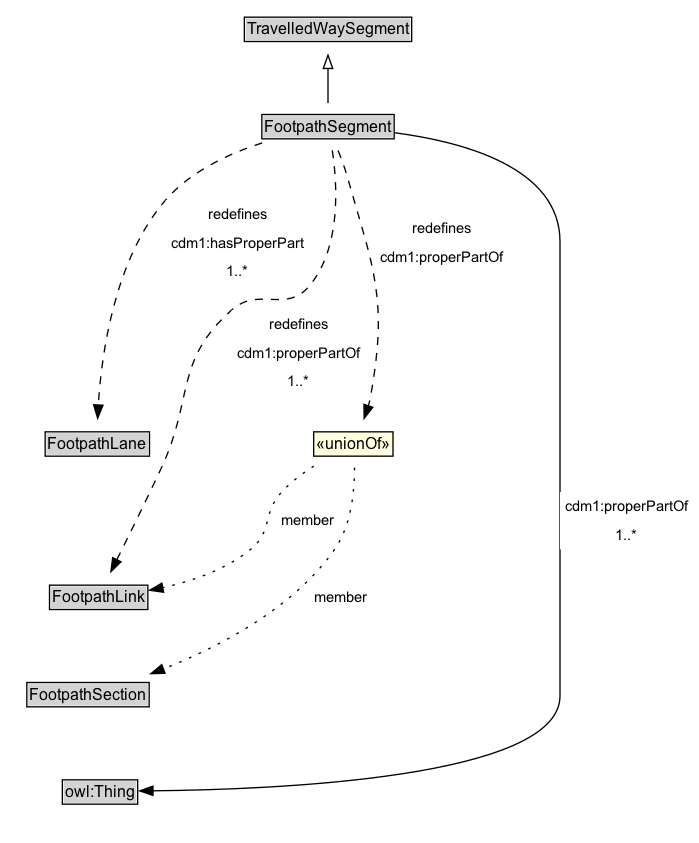
Above: docs/diagrams/FootpathSegment.dot.png in ISO-TC204/ontology-cdm-p3-v1 (Graphviz), before the change. Its source is kept beside it as docs/diagrams/FootpathSegment.dot. Source of this version:
```dot
digraph {
	graph [overlap=false rankdir=TB splines=true]
	node [fontname=Arial fontsize=12 margin=0 shape=none]
	edge [fontname=Arial fontsize=11]
	{
		rank=source
		TravelledWaySegment [label=<<TABLE BORDER="1" CELLBORDER="0" CELLSPACING="0" CELLPADDING="1"><TR><TD BGCOLOR="lightgray" ALIGN="CENTER">TravelledWaySegment</TD></TR></TABLE>> URL="../TravelledWaySegment" margin=0]
	}
	FootpathSegment [label=<<TABLE BORDER="1" CELLBORDER="0" CELLSPACING="0" CELLPADDING="1"><TR><TD BGCOLOR="lightgray" ALIGN="CENTER">FootpathSegment</TD></TR></TABLE>> URL="../FootpathSegment" margin=0]
	{
		rank=max
	}
	subgraph cluster_associated {
		label="" style=invis
		Invis [label=<<TABLE BORDER="0" CELLBORDER="0" CELLSPACING="0" CELLPADDING="1"><TR><TD></TD></TR></TABLE>> margin=0 style=invis]
		FootpathLane [label=<<TABLE BORDER="1" CELLBORDER="0" CELLSPACING="0" CELLPADDING="1"><TR><TD BGCOLOR="lightgray" ALIGN="CENTER">FootpathLane</TD></TR></TABLE>> URL="../FootpathLane" margin=0]
		FootpathLink [label=<<TABLE BORDER="1" CELLBORDER="0" CELLSPACING="0" CELLPADDING="1"><TR><TD BGCOLOR="lightgray" ALIGN="CENTER">FootpathLink</TD></TR></TABLE>> URL="../FootpathLink" margin=0]
		FootpathSection [label=<<TABLE BORDER="1" CELLBORDER="0" CELLSPACING="0" CELLPADDING="1"><TR><TD BGCOLOR="lightgray" ALIGN="CENTER">FootpathSection</TD></TR></TABLE>> URL="../FootpathSection" margin=0]
		owl_Thing [label=<<TABLE BORDER="1" CELLBORDER="0" CELLSPACING="0" CELLPADDING="1"><TR><TD BGCOLOR="lightgray" ALIGN="CENTER">owl:Thing</TD></TR></TABLE>> URL="https://w3id.org/citydata/imported/owl/latest/Thing" margin=0]
	}
	FootpathSegment -> TravelledWaySegment [arrowhead=onormal style=solid]
	FootpathSegment -> Invis [style=invis]
	Invis -> FootpathLane [style=invis]
	FootpathLane -> FootpathLink [style=invis]
	FootpathLink -> FootpathSection [style=invis]
	FootpathSection -> owl_Thing [style=invis]
	nc63d9aeea9c24785938b813312b70530b25 [label=<<TABLE BORDER="1" CELLBORDER="0" CELLSPACING="0" CELLPADDING="1" BGCOLOR="lightyellow"><TR><TD ALIGN="CENTER">«unionOf»</TD></TR></TABLE>> margin=0]
	FootpathLink [label=<<TABLE BORDER="1" CELLBORDER="0" CELLSPACING="0" CELLPADDING="1"><TR><TD BGCOLOR="lightgray" ALIGN="CENTER">FootpathLink</TD></TR></TABLE>> URL="../FootpathLink" margin=0]
	nc63d9aeea9c24785938b813312b70530b25 -> FootpathLink [label=member arrowhead=normal style=dotted]
	FootpathSection [label=<<TABLE BORDER="1" CELLBORDER="0" CELLSPACING="0" CELLPADDING="1"><TR><TD BGCOLOR="lightgray" ALIGN="CENTER">FootpathSection</TD></TR></TABLE>> URL="../FootpathSection" margin=0]
	nc63d9aeea9c24785938b813312b70530b25 -> FootpathSection [label=member arrowhead=normal style=dotted]
	FootpathSegment -> nc63d9aeea9c24785938b813312b70530b25 [label=<<TABLE BORDER="0" CELLBORDER="0" CELLSPACING="0" CELLPADDING="4" BGCOLOR="white"><TR><TD ALIGN="CENTER">redefines</TD></TR><TR><TD ALIGN="CENTER">cdm1:properPartOf</TD></TR></TABLE>> arrowhead=normal style=dashed]
	FootpathSegment -> FootpathLink [label=<<TABLE BORDER="0" CELLBORDER="0" CELLSPACING="0" CELLPADDING="4" BGCOLOR="white"><TR><TD ALIGN="CENTER">redefines</TD></TR><TR><TD ALIGN="CENTER">cdm1:properPartOf</TD></TR><TR><TD ALIGN="CENTER">1..*</TD></TR></TABLE>> arrowhead=normal style=dashed]
	FootpathLane [label=<<TABLE BORDER="1" CELLBORDER="0" CELLSPACING="0" CELLPADDING="1"><TR><TD BGCOLOR="lightgray" ALIGN="CENTER">FootpathLane</TD></TR></TABLE>> URL="../FootpathLane" margin=0]
	FootpathSegment -> FootpathLane [label=<<TABLE BORDER="0" CELLBORDER="0" CELLSPACING="0" CELLPADDING="4" BGCOLOR="white"><TR><TD ALIGN="CENTER">redefines</TD></TR><TR><TD ALIGN="CENTER">cdm1:hasProperPart</TD></TR><TR><TD ALIGN="CENTER">1..*</TD></TR></TABLE>> arrowhead=normal style=dashed]
	owl_Thing [label=<<TABLE BORDER="1" CELLBORDER="0" CELLSPACING="0" CELLPADDING="1"><TR><TD BGCOLOR="lightgray" ALIGN="CENTER">owl:Thing</TD></TR></TABLE>> URL="https://w3id.org/citydata/imported/owl/latest/Thing" margin=0]
	FootpathSegment -> owl_Thing [label=<<TABLE BORDER="0" CELLBORDER="0" CELLSPACING="0" CELLPADDING="4" BGCOLOR="white"><TR><TD ALIGN="CENTER">cdm1:properPartOf</TD></TR><TR><TD ALIGN="CENTER">1..*</TD></TR></TABLE>> arrowhead=normal style=solid]
}
```
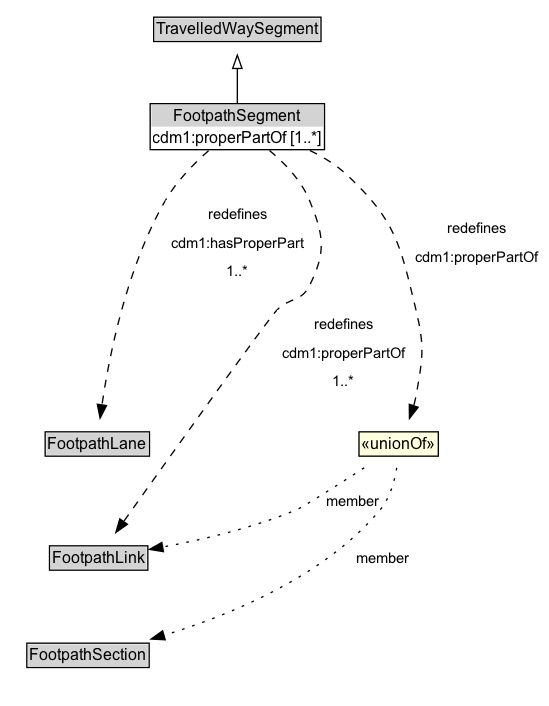
After the commit.

Change to the diagram source:
```diff
@@ -6,7 +6,7 @@
 		rank=source
 		TravelledWaySegment [label=<<TABLE BORDER="1" CELLBORDER="0" CELLSPACING="0" CELLPADDING="1"><TR><TD BGCOLOR="lightgray" ALIGN="CENTER">TravelledWaySegment</TD></TR></TABLE>> URL="../TravelledWaySegment" margin=0]
 	}
-	FootpathSegment [label=<<TABLE BORDER="1" CELLBORDER="0" CELLSPACING="0" CELLPADDING="1"><TR><TD BGCOLOR="lightgray" ALIGN="CENTER">FootpathSegment</TD></TR></TABLE>> URL="../FootpathSegment" margin=0]
+	FootpathSegment [label=<<TABLE BORDER="1" CELLBORDER="0" CELLSPACING="0" CELLPADDING="1"><TR><TD BGCOLOR="lightgray" ALIGN="CENTER">FootpathSegment</TD></TR><TR><TD ALIGN="LEFT">cdm1:properPartOf [1..*]</TD></TR></TABLE>> URL="../FootpathSegment" margin=0]
 	{
 		rank=max
 	}
@@ -16,23 +16,19 @@
 		FootpathLane [label=<<TABLE BORDER="1" CELLBORDER="0" CELLSPACING="0" CELLPADDING="1"><TR><TD BGCOLOR="lightgray" ALIGN="CENTER">FootpathLane</TD></TR></TABLE>> URL="../FootpathLane" margin=0]
 		FootpathLink [label=<<TABLE BORDER="1" CELLBORDER="0" CELLSPACING="0" CELLPADDING="1"><TR><TD BGCOLOR="lightgray" ALIGN="CENTER">FootpathLink</TD></TR></TABLE>> URL="../FootpathLink" margin=0]
 		FootpathSection [label=<<TABLE BORDER="1" CELLBORDER="0" CELLSPACING="0" CELLPADDING="1"><TR><TD BGCOLOR="lightgray" ALIGN="CENTER">FootpathSection</TD></TR></TABLE>> URL="../FootpathSection" margin=0]
-		owl_Thing [label=<<TABLE BORDER="1" CELLBORDER="0" CELLSPACING="0" CELLPADDING="1"><TR><TD BGCOLOR="lightgray" ALIGN="CENTER">owl:Thing</TD></TR></TABLE>> URL="https://w3id.org/citydata/imported/owl/latest/Thing" margin=0]
 	}
 	FootpathSegment -> TravelledWaySegment [arrowhead=onormal style=solid]
 	FootpathSegment -> Invis [style=invis]
 	Invis -> FootpathLane [style=invis]
 	FootpathLane -> FootpathLink [style=invis]
 	FootpathLink -> FootpathSection [style=invis]
-	FootpathSection -> owl_Thing [style=invis]
-	nc63d9aeea9c24785938b813312b70530b25 [label=<<TABLE BORDER="1" CELLBORDER="0" CELLSPACING="0" CELLPADDING="1" BGCOLOR="lightyellow"><TR><TD ALIGN="CENTER">«unionOf»</TD></TR></TABLE>> margin=0]
-	FootpathLink [label=<<TABLE BORDER="1" CELLBORDER="0" CELLSPACING="0" CELLPADDING="1"><TR><TD BGCOLOR="lightgray" ALIGN="CENTER">FootpathLink</TD></TR></TABLE>> URL="../FootpathLink" margin=0]
-	nc63d9aeea9c24785938b813312b70530b25 -> FootpathLink [label=member arrowhead=normal style=dotted]
-	FootpathSection [label=<<TABLE BORDER="1" CELLBORDER="0" CELLSPACING="0" CELLPADDING="1"><TR><TD BGCOLOR="lightgray" ALIGN="CENTER">FootpathSection</TD></TR></TABLE>> URL="../FootpathSection" margin=0]
-	nc63d9aeea9c24785938b813312b70530b25 -> FootpathSection [label=member arrowhead=normal style=dotted]
-	FootpathSegment -> nc63d9aeea9c24785938b813312b70530b25 [label=<<TABLE BORDER="0" CELLBORDER="0" CELLSPACING="0" CELLPADDING="4" BGCOLOR="white"><TR><TD ALIGN="CENTER">redefines</TD></TR><TR><TD ALIGN="CENTER">cdm1:properPartOf</TD></TR></TABLE>> arrowhead=normal style=dashed]
-	FootpathSegment -> FootpathLink [label=<<TABLE BORDER="0" CELLBORDER="0" CELLSPACING="0" CELLPADDING="4" BGCOLOR="white"><TR><TD ALIGN="CENTER">redefines</TD></TR><TR><TD ALIGN="CENTER">cdm1:properPartOf</TD></TR><TR><TD ALIGN="CENTER">1..*</TD></TR></TABLE>> arrowhead=normal style=dashed]
 	FootpathLane [label=<<TABLE BORDER="1" CELLBORDER="0" CELLSPACING="0" CELLPADDING="1"><TR><TD BGCOLOR="lightgray" ALIGN="CENTER">FootpathLane</TD></TR></TABLE>> URL="../FootpathLane" margin=0]
 	FootpathSegment -> FootpathLane [label=<<TABLE BORDER="0" CELLBORDER="0" CELLSPACING="0" CELLPADDING="4" BGCOLOR="white"><TR><TD ALIGN="CENTER">redefines</TD></TR><TR><TD ALIGN="CENTER">cdm1:hasProperPart</TD></TR><TR><TD ALIGN="CENTER">1..*</TD></TR></TABLE>> arrowhead=normal style=dashed]
-	owl_Thing [label=<<TABLE BORDER="1" CELLBORDER="0" CELLSPACING="0" CELLPADDING="1"><TR><TD BGCOLOR="lightgray" ALIGN="CENTER">owl:Thing</TD></TR></TABLE>> URL="https://w3id.org/citydata/imported/owl/latest/Thing" margin=0]
-	FootpathSegment -> owl_Thing [label=<<TABLE BORDER="0" CELLBORDER="0" CELLSPACING="0" CELLPADDING="4" BGCOLOR="white"><TR><TD ALIGN="CENTER">cdm1:properPartOf</TD></TR><TR><TD ALIGN="CENTER">1..*</TD></TR></TABLE>> arrowhead=normal style=solid]
+	n66601a8392594191afae18867b22fe37b26 [label=<<TABLE BORDER="1" CELLBORDER="0" CELLSPACING="0" CELLPADDING="1" BGCOLOR="lightyellow"><TR><TD ALIGN="CENTER">«unionOf»</TD></TR></TABLE>> margin=0]
+	FootpathLink [label=<<TABLE BORDER="1" CELLBORDER="0" CELLSPACING="0" CELLPADDING="1"><TR><TD BGCOLOR="lightgray" ALIGN="CENTER">FootpathLink</TD></TR></TABLE>> URL="../FootpathLink" margin=0]
+	n66601a8392594191afae18867b22fe37b26 -> FootpathLink [label=member arrowhead=normal style=dotted]
+	FootpathSection [label=<<TABLE BORDER="1" CELLBORDER="0" CELLSPACING="0" CELLPADDING="1"><TR><TD BGCOLOR="lightgray" ALIGN="CENTER">FootpathSection</TD></TR></TABLE>> URL="../FootpathSection" margin=0]
+	n66601a8392594191afae18867b22fe37b26 -> FootpathSection [label=member arrowhead=normal style=dotted]
+	FootpathSegment -> n66601a8392594191afae18867b22fe37b26 [label=<<TABLE BORDER="0" CELLBORDER="0" CELLSPACING="0" CELLPADDING="4" BGCOLOR="white"><TR><TD ALIGN="CENTER">redefines</TD></TR><TR><TD ALIGN="CENTER">cdm1:properPartOf</TD></TR></TABLE>> arrowhead=normal style=dashed]
+	FootpathSegment -> FootpathLink [label=<<TABLE BORDER="0" CELLBORDER="0" CELLSPACING="0" CELLPADDING="4" BGCOLOR="white"><TR><TD ALIGN="CENTER">redefines</TD></TR><TR><TD ALIGN="CENTER">cdm1:properPartOf</TD></TR><TR><TD ALIGN="CENTER">1..*</TD></TR></TABLE>> arrowhead=normal style=dashed]
 }
```
